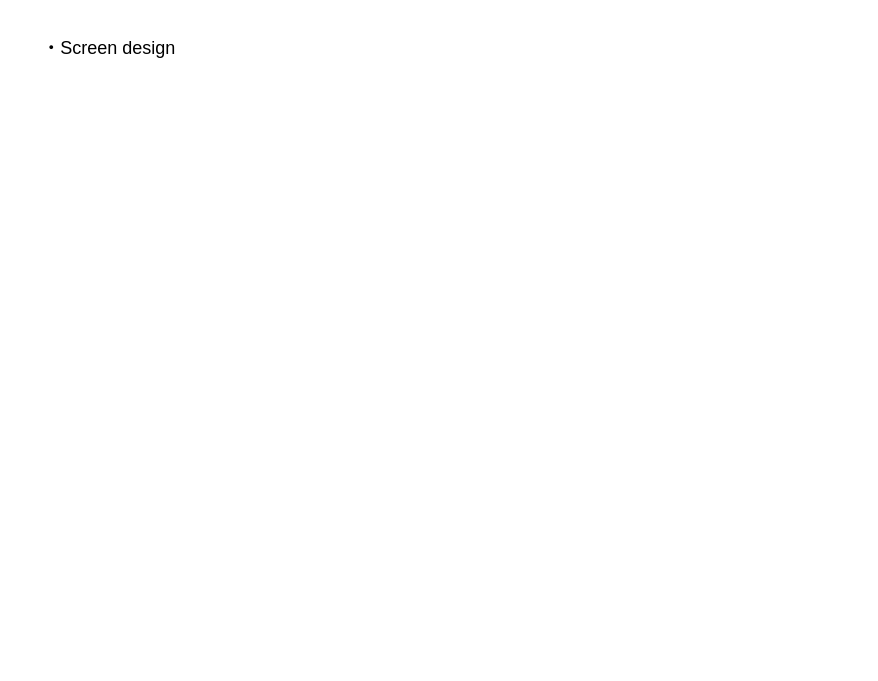
The draw.io diagram page "screen design" (2 of 2) of docs/design.drawio in tker-78/trading-etl, before the edit. Source tidied: cells renumbered, new cells numbered last; positions are measured from the earlier drawing's top-left corner, leaving out a move shared by most shapes. Both pictures are drawn from the tidied source at 150%, with x=0, y=0 at pixel (26, 26).
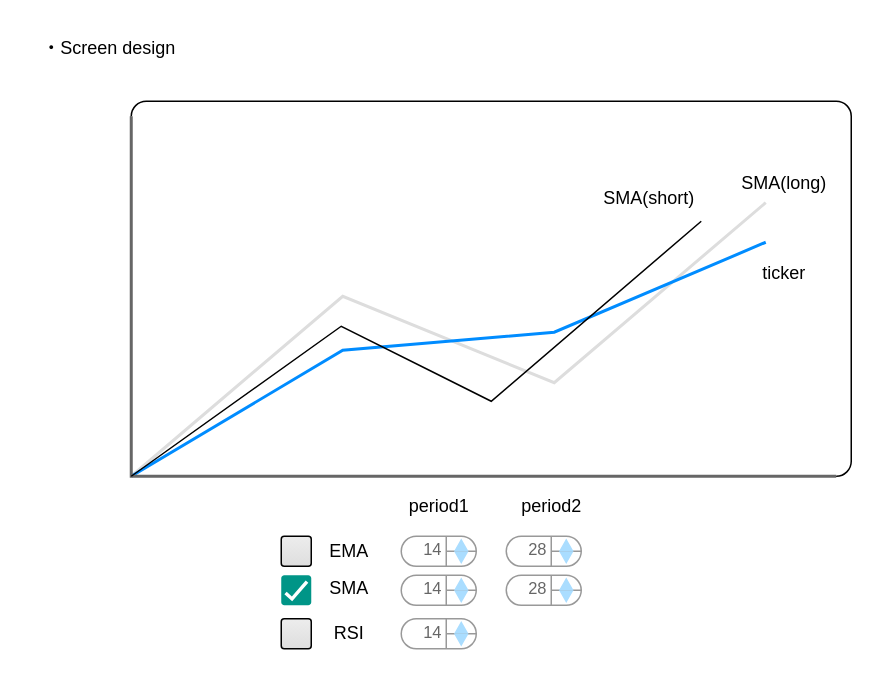
The same diagram, later.

What changed in the source:
```diff
@@
+    <mxCell id="3" style="whiteSpace=wrap;html=1;fillColor=none;rounded=1;arcSize=4;" parent="1" vertex="1">
+      <mxGeometry x="70" y="50" width="480" height="250" as="geometry" />
+    </mxCell>
+    <mxCell id="4" style="verticalLabelPosition=bottom;shadow=0;dashed=0;align=center;html=1;verticalAlign=top;strokeWidth=1;shape=mxgraph.mockup.graphics.lineChart;strokeColor=none;strokeColor2=#666666;strokeColor3=#008cff;strokeColor4=#dddddd;" parent="1" vertex="1">
+      <mxGeometry x="70" y="60" width="470" height="240" as="geometry" />
+    </mxCell>
+    <mxCell id="5" value="ticker" style="text;html=1;align=center;verticalAlign=middle;strokeColor=none;fillColor=none;" parent="1" vertex="1">
+      <mxGeometry x="480" y="150" width="50" height="30" as="geometry" />
+    </mxCell>
+    <mxCell id="6" value="SMA(short)" style="text;html=1;align=center;verticalAlign=middle;strokeColor=none;fillColor=none;" parent="1" vertex="1">
+      <mxGeometry x="375" y="100" width="80" height="30" as="geometry" />
+    </mxCell>
+    <mxCell id="7" style="endArrow=none;html=1;rounded=0;" parent="1" edge="1">
+      <mxGeometry relative="1" as="geometry">
+        <mxPoint x="70" y="300" as="sourcePoint" />
+        <mxPoint x="450" y="130" as="targetPoint" />
+        <Array as="points">
+          <mxPoint x="210" y="200" />
+          <mxPoint x="270" y="230" />
+          <mxPoint x="310" y="250" />
+        </Array>
+      </mxGeometry>
+    </mxCell>
+    <mxCell id="8" value="SMA(long)" style="text;html=1;align=center;verticalAlign=middle;strokeColor=none;fillColor=none;" parent="1" vertex="1">
+      <mxGeometry x="465" y="90" width="80" height="30" as="geometry" />
+    </mxCell>
+    <mxCell id="9" style="html=1;shadow=0;dashed=0;shape=mxgraph.bootstrap.checkbox2;labelPosition=right;verticalLabelPosition=middle;align=left;verticalAlign=middle;gradientColor=#DEDEDE;fillColor=#EDEDED;checked=0;spacing=5;checkedFill=#0085FC;checkedStroke=#ffffff;sketch=0;" parent="1" vertex="1">
+      <mxGeometry x="170" y="340" width="20" height="20" as="geometry" />
+    </mxCell>
+    <mxCell id="10" style="dashed=0;labelPosition=right;align=left;shape=mxgraph.gmdl.checkbox;strokeColor=none;fillColor=#009587;strokeWidth=2;sketch=0;html=1;" parent="1" vertex="1">
+      <mxGeometry x="170" y="366" width="20" height="20" as="geometry" />
+    </mxCell>
+    <mxCell id="11" value="EMA" style="text;html=1;align=center;verticalAlign=middle;strokeColor=none;fillColor=none;" parent="1" vertex="1">
+      <mxGeometry x="190" y="335" width="50" height="30" as="geometry" />
+    </mxCell>
+    <mxCell id="12" value="SMA" style="text;html=1;align=center;verticalAlign=middle;strokeColor=none;fillColor=none;" parent="1" vertex="1">
+      <mxGeometry x="190" y="360" width="50" height="30" as="geometry" />
+    </mxCell>
+    <mxCell id="13" value="RSI" style="text;html=1;align=center;verticalAlign=middle;strokeColor=none;fillColor=none;" parent="1" vertex="1">
+      <mxGeometry x="195" y="390" width="40" height="30" as="geometry" />
+    </mxCell>
+    <mxCell id="14" style="html=1;shadow=0;dashed=0;shape=mxgraph.bootstrap.checkbox2;labelPosition=right;verticalLabelPosition=middle;align=left;verticalAlign=middle;gradientColor=#DEDEDE;fillColor=#EDEDED;checked=0;spacing=5;checkedFill=#0085FC;checkedStroke=#ffffff;sketch=0;" parent="1" vertex="1">
+      <mxGeometry x="170" y="395" width="20" height="20" as="geometry" />
+    </mxCell>
+    <mxCell id="15" value="&lt;table cellpadding=&quot;0&quot; cellspacing=&quot;0&quot; style=&quot;width: 100%; height: 100%; font-size: 11px;&quot;&gt;&lt;tbody&gt;&lt;tr&gt;&lt;td style=&quot;width:85%&quot;&gt;14&lt;/td&gt;&lt;td style=&quot;width:15%&quot;&gt;&lt;/td&gt;&lt;/tr&gt;&lt;/tbody&gt;&lt;/table&gt;" style="strokeWidth=1;shadow=0;dashed=0;align=center;html=1;shape=mxgraph.mockup.forms.spinner;strokeColor=#999999;spinLayout=right;spinStyle=normal;adjStyle=triangle;fillColor=#aaddff;fontSize=17;fontColor=#666666;mainText=;html=1;overflow=fill;" parent="1" vertex="1">
+      <mxGeometry x="250" y="340" width="50" height="20" as="geometry" />
+    </mxCell>
+    <mxCell id="16" value="&lt;table cellpadding=&quot;0&quot; cellspacing=&quot;0&quot; style=&quot;width: 100%; height: 100%; font-size: 11px;&quot;&gt;&lt;tbody&gt;&lt;tr&gt;&lt;td style=&quot;width:85%&quot;&gt;28&lt;/td&gt;&lt;td style=&quot;width:15%&quot;&gt;&lt;/td&gt;&lt;/tr&gt;&lt;/tbody&gt;&lt;/table&gt;" style="strokeWidth=1;shadow=0;dashed=0;align=center;html=1;shape=mxgraph.mockup.forms.spinner;strokeColor=#999999;spinLayout=right;spinStyle=normal;adjStyle=triangle;fillColor=#aaddff;fontSize=17;fontColor=#666666;mainText=;html=1;overflow=fill;" parent="1" vertex="1">
+      <mxGeometry x="320" y="340" width="50" height="20" as="geometry" />
+    </mxCell>
+    <mxCell id="17" value="period1" style="text;html=1;align=center;verticalAlign=middle;strokeColor=none;fillColor=none;" parent="1" vertex="1">
+      <mxGeometry x="245" y="305" width="60" height="30" as="geometry" />
+    </mxCell>
+    <mxCell id="18" value="period2" style="text;html=1;align=center;verticalAlign=middle;strokeColor=none;fillColor=none;" parent="1" vertex="1">
+      <mxGeometry x="320" y="305" width="60" height="30" as="geometry" />
+    </mxCell>
+    <mxCell id="19" value="&lt;table cellpadding=&quot;0&quot; cellspacing=&quot;0&quot; style=&quot;width: 100%; height: 100%; font-size: 11px;&quot;&gt;&lt;tbody&gt;&lt;tr&gt;&lt;td style=&quot;width:85%&quot;&gt;14&lt;/td&gt;&lt;td style=&quot;width:15%&quot;&gt;&lt;/td&gt;&lt;/tr&gt;&lt;/tbody&gt;&lt;/table&gt;" style="strokeWidth=1;shadow=0;dashed=0;align=center;html=1;shape=mxgraph.mockup.forms.spinner;strokeColor=#999999;spinLayout=right;spinStyle=normal;adjStyle=triangle;fillColor=#aaddff;fontSize=17;fontColor=#666666;mainText=;html=1;overflow=fill;" parent="1" vertex="1">
+      <mxGeometry x="250" y="366" width="50" height="20" as="geometry" />
+    </mxCell>
+    <mxCell id="20" value="&lt;table cellpadding=&quot;0&quot; cellspacing=&quot;0&quot; style=&quot;width: 100%; height: 100%; font-size: 11px;&quot;&gt;&lt;tbody&gt;&lt;tr&gt;&lt;td style=&quot;width:85%&quot;&gt;28&lt;/td&gt;&lt;td style=&quot;width:15%&quot;&gt;&lt;/td&gt;&lt;/tr&gt;&lt;/tbody&gt;&lt;/table&gt;" style="strokeWidth=1;shadow=0;dashed=0;align=center;html=1;shape=mxgraph.mockup.forms.spinner;strokeColor=#999999;spinLayout=right;spinStyle=normal;adjStyle=triangle;fillColor=#aaddff;fontSize=17;fontColor=#666666;mainText=;html=1;overflow=fill;" parent="1" vertex="1">
+      <mxGeometry x="320" y="366" width="50" height="20" as="geometry" />
+    </mxCell>
+    <mxCell id="21" value="&lt;table cellpadding=&quot;0&quot; cellspacing=&quot;0&quot; style=&quot;width: 100%; height: 100%; font-size: 11px;&quot;&gt;&lt;tbody&gt;&lt;tr&gt;&lt;td style=&quot;width:85%&quot;&gt;14&lt;/td&gt;&lt;td style=&quot;width:15%&quot;&gt;&lt;/td&gt;&lt;/tr&gt;&lt;/tbody&gt;&lt;/table&gt;" style="strokeWidth=1;shadow=0;dashed=0;align=center;html=1;shape=mxgraph.mockup.forms.spinner;strokeColor=#999999;spinLayout=right;spinStyle=normal;adjStyle=triangle;fillColor=#aaddff;fontSize=17;fontColor=#666666;mainText=;html=1;overflow=fill;" parent="1" vertex="1">
+      <mxGeometry x="250" y="395" width="50" height="20" as="geometry" />
+    </mxCell>
```
